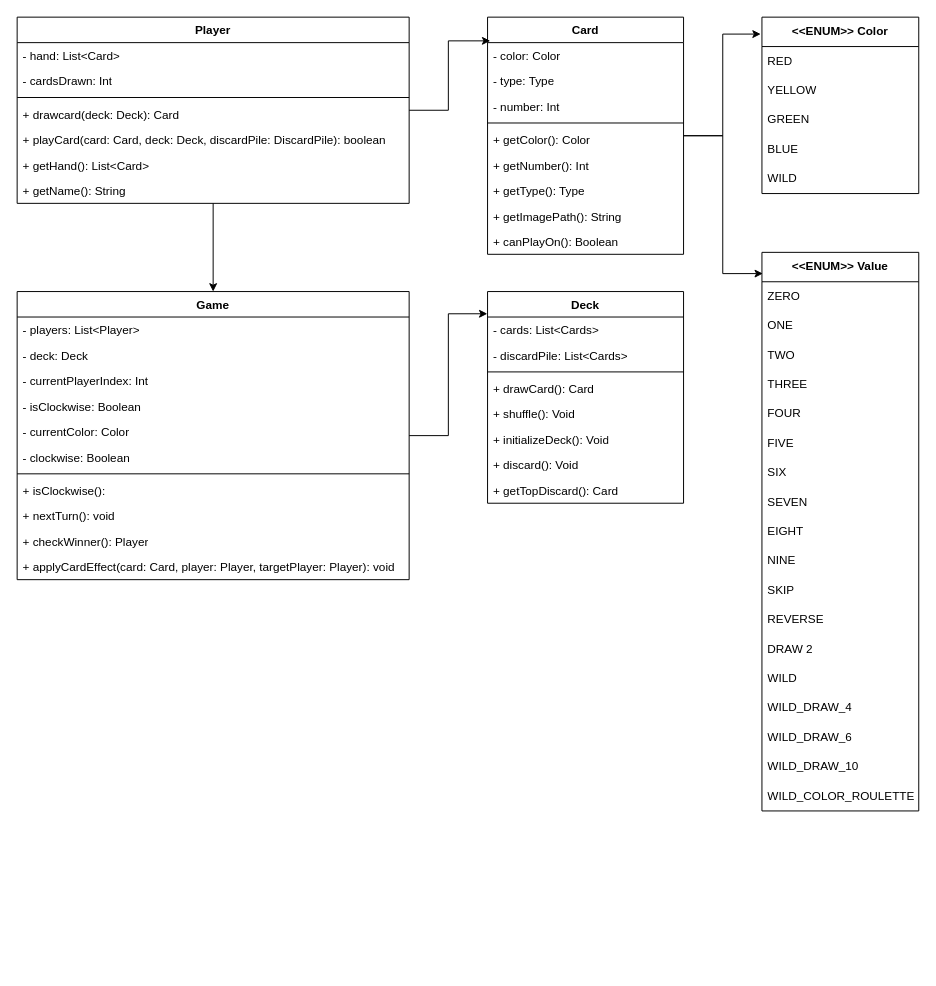
Above: page "Page-1" (1 of 2) of JavaRiceUML.drawio in TLEV6500/CSIT228-F2_Capstone_JavaRice (draw.io), before the change. Source tidied: cells renumbered, new cells numbered last; positions are measured from the earlier drawing's top-left corner, leaving out a move shared by most shapes. Both pictures are drawn from the tidied source at 98%, with x=0, y=0 at pixel (17, 17).
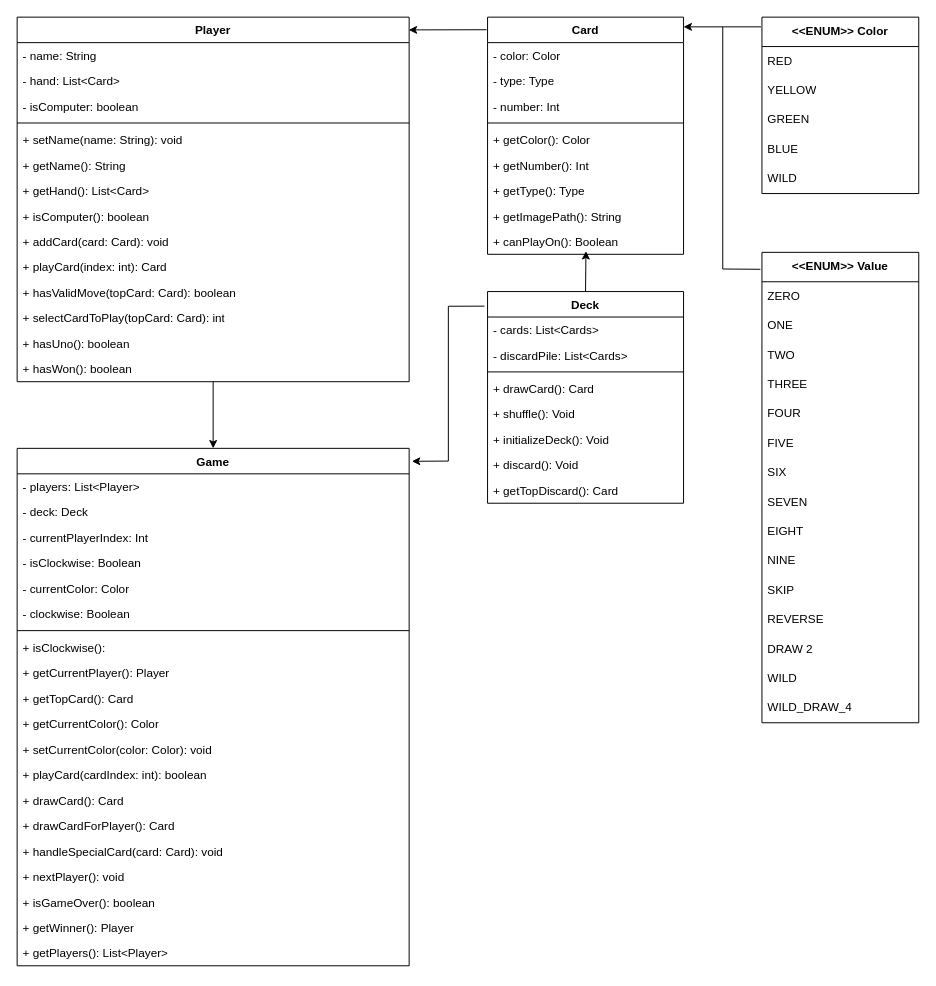
The same diagram, later.

The change refers to these unchanged cells:
```xml
<mxCell id="11" value="Card" style="swimlane;fontStyle=1;align=center;verticalAlign=top;horizontal=1;startSize=26;whiteSpace=wrap;html=1;" parent="1" vertex="1">
  <mxGeometry x="480" width="200" height="242" as="geometry" />
</mxCell>
<mxCell id="20" value="+ canPlayOn(): Boolean" style="text;strokeColor=none;fillColor=none;align=left;verticalAlign=top;spacingLeft=4;spacingRight=4;overflow=hidden;points=[[0,0.5],[1,0.5]];portConstraint=eastwest;whiteSpace=wrap;html=1;" parent="11" vertex="1">
  <mxGeometry y="216" width="200" height="26" as="geometry" />
</mxCell>
<mxCell id="21" value="&lt;span style=&quot;font-weight: 700;&quot;&gt;&amp;lt;&amp;lt;ENUM&amp;gt;&amp;gt; Color&lt;/span&gt;" style="swimlane;fontStyle=0;horizontal=1;startSize=30;whiteSpace=wrap;html=1;" parent="1" vertex="1">
  <mxGeometry x="760" width="160" height="180" as="geometry" />
</mxCell>
<mxCell id="46" value="Deck" style="swimlane;fontStyle=1;align=center;verticalAlign=top;horizontal=1;startSize=26;whiteSpace=wrap;html=1;" parent="1" vertex="1">
  <mxGeometry x="480" y="280" width="200" height="216" as="geometry" />
</mxCell>
```

The edit, as a diff of the source:
```diff
@@
     <mxCell id="3" value="Player" style="swimlane;fontStyle=1;align=center;verticalAlign=top;horizontal=1;startSize=26;whiteSpace=wrap;html=1;" parent="1" vertex="1">
-      <mxGeometry width="400" height="190" as="geometry" />
+      <mxGeometry width="400" height="372" as="geometry" />
     </mxCell>
-    <mxCell id="4" value="- hand: List&amp;lt;Card&amp;gt;" style="text;strokeColor=none;fillColor=none;align=left;verticalAlign=top;spacingLeft=4;spacingRight=4;overflow=hidden;whiteSpace=wrap;html=1;" parent="3" vertex="1">
+    <mxCell id="4" value="- name: String" style="text;strokeColor=none;fillColor=none;align=left;verticalAlign=top;spacingLeft=4;spacingRight=4;overflow=hidden;whiteSpace=wrap;html=1;" parent="3" vertex="1">
       <mxGeometry y="26" width="400" height="26" as="geometry" />
     </mxCell>
-    <mxCell id="5" value="- cardsDrawn: Int" style="text;strokeColor=none;fillColor=none;align=left;verticalAlign=top;spacingLeft=4;spacingRight=4;overflow=hidden;whiteSpace=wrap;html=1;" parent="3" vertex="1">
+    <mxCell id="5" value="- hand: List&amp;lt;Card&amp;gt;" style="text;strokeColor=none;fillColor=none;align=left;verticalAlign=top;spacingLeft=4;spacingRight=4;overflow=hidden;whiteSpace=wrap;html=1;" parent="3" vertex="1">
       <mxGeometry y="52" width="400" height="26" as="geometry" />
     </mxCell>
+    <mxCell id="71" value="- isComputer: boolean" style="text;strokeColor=none;fillColor=none;align=left;verticalAlign=top;spacingLeft=4;spacingRight=4;overflow=hidden;whiteSpace=wrap;html=1;" parent="3" vertex="1">
+      <mxGeometry y="78" width="400" height="26" as="geometry" />
+    </mxCell>
     <mxCell id="6" style="line;strokeWidth=1;fillColor=none;align=left;verticalAlign=middle;spacingTop=-1;spacingLeft=3;spacingRight=3;labelPosition=right;strokeColor=inherit;" parent="3" vertex="1">
-      <mxGeometry y="78" width="400" height="8" as="geometry" />
+      <mxGeometry y="104" width="400" height="8" as="geometry" />
     </mxCell>
-    <mxCell id="7" value="+ drawcard(deck: Deck): Card" style="text;strokeColor=none;fillColor=none;align=left;verticalAlign=top;spacingLeft=4;spacingRight=4;overflow=hidden;whiteSpace=wrap;html=1;" parent="3" vertex="1">
-      <mxGeometry y="86" width="400" height="26" as="geometry" />
+    <mxCell id="7" value="+ setName(name: String): void" style="text;strokeColor=none;fillColor=none;align=left;verticalAlign=top;spacingLeft=4;spacingRight=4;overflow=hidden;whiteSpace=wrap;html=1;" parent="3" vertex="1">
+      <mxGeometry y="112" width="400" height="26" as="geometry" />
     </mxCell>
-    <mxCell id="8" value="+ playCard(card: Card, deck: Deck, discardPile: DiscardPile): boolean" style="text;strokeColor=none;fillColor=none;align=left;verticalAlign=top;spacingLeft=4;spacingRight=4;overflow=hidden;whiteSpace=wrap;html=1;" parent="3" vertex="1">
-      <mxGeometry y="112" width="400" height="26" as="geometry" />
+    <mxCell id="8" value="+ getName(): String" style="text;strokeColor=none;fillColor=none;align=left;verticalAlign=top;spacingLeft=4;spacingRight=4;overflow=hidden;whiteSpace=wrap;html=1;" parent="3" vertex="1">
+      <mxGeometry y="138" width="400" height="26" as="geometry" />
     </mxCell>
     <mxCell id="9" value="+ getHand(): List&amp;lt;Card&amp;gt;" style="text;strokeColor=none;fillColor=none;align=left;verticalAlign=top;spacingLeft=4;spacingRight=4;overflow=hidden;whiteSpace=wrap;html=1;" parent="3" vertex="1">
-      <mxGeometry y="138" width="400" height="26" as="geometry" />
+      <mxGeometry y="164" width="400" height="26" as="geometry" />
     </mxCell>
-    <mxCell id="10" value="+ getName(): String" style="text;strokeColor=none;fillColor=none;align=left;verticalAlign=top;spacingLeft=4;spacingRight=4;overflow=hidden;whiteSpace=wrap;html=1;" parent="3" vertex="1">
-      <mxGeometry y="164" width="400" height="26" as="geometry" />
+    <mxCell id="10" value="+ isComputer(): boolean" style="text;strokeColor=none;fillColor=none;align=left;verticalAlign=top;spacingLeft=4;spacingRight=4;overflow=hidden;whiteSpace=wrap;html=1;" parent="3" vertex="1">
+      <mxGeometry y="190" width="400" height="26" as="geometry" />
     </mxCell>
+    <mxCell id="72" value="+ addCard(card: Card): void" style="text;strokeColor=none;fillColor=none;align=left;verticalAlign=top;spacingLeft=4;spacingRight=4;overflow=hidden;whiteSpace=wrap;html=1;" parent="3" vertex="1">
+      <mxGeometry y="216" width="400" height="26" as="geometry" />
+    </mxCell>
+    <mxCell id="73" value="+ playCard(index: int): Card" style="text;strokeColor=none;fillColor=none;align=left;verticalAlign=top;spacingLeft=4;spacingRight=4;overflow=hidden;whiteSpace=wrap;html=1;" parent="3" vertex="1">
+      <mxGeometry y="242" width="400" height="26" as="geometry" />
+    </mxCell>
+    <mxCell id="74" value="+ hasValidMove(topCard: Card): boolean" style="text;strokeColor=none;fillColor=none;align=left;verticalAlign=top;spacingLeft=4;spacingRight=4;overflow=hidden;whiteSpace=wrap;html=1;" parent="3" vertex="1">
+      <mxGeometry y="268" width="400" height="26" as="geometry" />
+    </mxCell>
+    <mxCell id="75" value="+ selectCardToPlay(topCard: Card): int" style="text;strokeColor=none;fillColor=none;align=left;verticalAlign=top;spacingLeft=4;spacingRight=4;overflow=hidden;whiteSpace=wrap;html=1;" parent="3" vertex="1">
+      <mxGeometry y="294" width="400" height="26" as="geometry" />
+    </mxCell>
+    <mxCell id="76" value="+ hasUno(): boolean" style="text;strokeColor=none;fillColor=none;align=left;verticalAlign=top;spacingLeft=4;spacingRight=4;overflow=hidden;whiteSpace=wrap;html=1;" parent="3" vertex="1">
+      <mxGeometry y="320" width="400" height="26" as="geometry" />
+    </mxCell>
+    <mxCell id="77" value="+ hasWon(): boolean" style="text;strokeColor=none;fillColor=none;align=left;verticalAlign=top;spacingLeft=4;spacingRight=4;overflow=hidden;whiteSpace=wrap;html=1;" parent="3" vertex="1">
+      <mxGeometry y="346" width="400" height="26" as="geometry" />
+    </mxCell>
@@
     <mxCell id="27" value="&lt;span style=&quot;font-weight: 700;&quot;&gt;&amp;lt;&amp;lt;ENUM&amp;gt;&amp;gt; Value&lt;/span&gt;" style="swimlane;fontStyle=0;horizontal=1;startSize=30;whiteSpace=wrap;html=1;" parent="1" vertex="1">
-      <mxGeometry x="760" y="240" width="160" height="570" as="geometry" />
+      <mxGeometry x="760" y="240" width="160" height="480" as="geometry" />
     </mxCell>
@@
-    <mxCell id="43" value="WILD_DRAW_6" style="text;strokeColor=none;fillColor=none;align=left;verticalAlign=middle;spacingLeft=4;spacingRight=4;overflow=hidden;whiteSpace=wrap;html=1;" parent="27" vertex="1">
-      <mxGeometry y="480" width="160" height="30" as="geometry" />
-    </mxCell>
-    <mxCell id="44" value="WILD_DRAW_10" style="text;strokeColor=none;fillColor=none;align=left;verticalAlign=middle;spacingLeft=4;spacingRight=4;overflow=hidden;whiteSpace=wrap;html=1;" parent="27" vertex="1">
-      <mxGeometry y="510" width="160" height="30" as="geometry" />
-    </mxCell>
-    <mxCell id="45" value="WILD_COLOR_ROULETTE" style="text;strokeColor=none;fillColor=none;align=left;verticalAlign=middle;spacingLeft=4;spacingRight=4;overflow=hidden;whiteSpace=wrap;html=1;" parent="27" vertex="1">
-      <mxGeometry y="540" width="160" height="30" as="geometry" />
-    </mxCell>
@@
     <mxCell id="55" value="Game" style="swimlane;fontStyle=1;align=center;verticalAlign=top;horizontal=1;startSize=26;whiteSpace=wrap;html=1;" parent="1" vertex="1">
-      <mxGeometry y="280" width="400" height="294" as="geometry" />
+      <mxGeometry y="440" width="400" height="528" as="geometry" />
     </mxCell>
@@
-    <mxCell id="64" value="+ nextTurn(): void" style="text;strokeColor=none;fillColor=none;align=left;verticalAlign=top;spacingLeft=4;spacingRight=4;overflow=hidden;whiteSpace=wrap;html=1;" parent="55" vertex="1">
+    <mxCell id="64" value="+ getCurrentPlayer(): Player" style="text;strokeColor=none;fillColor=none;align=left;verticalAlign=top;spacingLeft=4;spacingRight=4;overflow=hidden;whiteSpace=wrap;html=1;" parent="55" vertex="1">
       <mxGeometry y="216" width="400" height="26" as="geometry" />
     </mxCell>
-    <mxCell id="65" value="+ checkWinner(): Player" style="text;strokeColor=none;fillColor=none;align=left;verticalAlign=top;spacingLeft=4;spacingRight=4;overflow=hidden;whiteSpace=wrap;html=1;" parent="55" vertex="1">
+    <mxCell id="65" value="+&amp;nbsp;getTopCard(): Card" style="text;strokeColor=none;fillColor=none;align=left;verticalAlign=top;spacingLeft=4;spacingRight=4;overflow=hidden;whiteSpace=wrap;html=1;" parent="55" vertex="1">
       <mxGeometry y="242" width="400" height="26" as="geometry" />
     </mxCell>
-    <mxCell id="66" value="+ applyCardEffect(card: Card, player:&amp;nbsp;Player, targetPlayer: Player): void" style="text;strokeColor=none;fillColor=none;align=left;verticalAlign=top;spacingLeft=4;spacingRight=4;overflow=hidden;whiteSpace=wrap;html=1;" parent="55" vertex="1">
+    <mxCell id="66" value="+&amp;nbsp;getCurrentColor(): Color" style="text;strokeColor=none;fillColor=none;align=left;verticalAlign=top;spacingLeft=4;spacingRight=4;overflow=hidden;whiteSpace=wrap;html=1;" parent="55" vertex="1">
       <mxGeometry y="268" width="400" height="26" as="geometry" />
     </mxCell>
-    <mxCell id="67" style="edgeStyle=orthogonalEdgeStyle;rounded=0;jettySize=auto;html=1;entryX=0.014;entryY=0.1;entryDx=0;entryDy=0;entryPerimeter=0;" parent="1" edge="1" source="3" target="11">
-      <mxGeometry relative="1" as="geometry" />
-    </mxCell>
-    <mxCell id="68" style="edgeStyle=orthogonalEdgeStyle;rounded=0;jettySize=auto;html=1;entryX=-0.008;entryY=0.096;entryDx=0;entryDy=0;entryPerimeter=0;" parent="1" edge="1" source="11" target="21">
-      <mxGeometry relative="1" as="geometry" />
-    </mxCell>
-    <mxCell id="69" style="edgeStyle=orthogonalEdgeStyle;rounded=0;jettySize=auto;html=1;entryX=0.006;entryY=0.038;entryDx=0;entryDy=0;entryPerimeter=0;" parent="1" edge="1" source="11" target="27">
-      <mxGeometry relative="1" as="geometry" />
-    </mxCell>
-    <mxCell id="70" style="edgeStyle=orthogonalEdgeStyle;rounded=0;jettySize=auto;html=1;entryX=-0.001;entryY=0.105;entryDx=0;entryDy=0;entryPerimeter=0;" parent="1" edge="1" source="55" target="46">
-      <mxGeometry relative="1" as="geometry" />
-    </mxCell>
+    <mxCell id="78" value="+ setCurrentColor(color: Color): void" style="text;strokeColor=none;fillColor=none;align=left;verticalAlign=top;spacingLeft=4;spacingRight=4;overflow=hidden;whiteSpace=wrap;html=1;" parent="55" vertex="1">
+      <mxGeometry y="294" width="400" height="26" as="geometry" />
+    </mxCell>
+    <mxCell id="79" value="+&amp;nbsp;playCard(cardIndex: int): boolean" style="text;strokeColor=none;fillColor=none;align=left;verticalAlign=top;spacingLeft=4;spacingRight=4;overflow=hidden;whiteSpace=wrap;html=1;" parent="55" vertex="1">
+      <mxGeometry y="320" width="400" height="26" as="geometry" />
+    </mxCell>
+    <mxCell id="80" value="+&amp;nbsp;drawCard(): Card" style="text;strokeColor=none;fillColor=none;align=left;verticalAlign=top;spacingLeft=4;spacingRight=4;overflow=hidden;whiteSpace=wrap;html=1;" parent="55" vertex="1">
+      <mxGeometry y="346" width="400" height="26" as="geometry" />
+    </mxCell>
+    <mxCell id="81" value="+&amp;nbsp;drawCardForPlayer(): Card" style="text;strokeColor=none;fillColor=none;align=left;verticalAlign=top;spacingLeft=4;spacingRight=4;overflow=hidden;whiteSpace=wrap;html=1;" parent="55" vertex="1">
+      <mxGeometry y="372" width="400" height="26" as="geometry" />
+    </mxCell>
+    <mxCell id="82" value="+&amp;nbsp;handleSpecialCard(card: Card): void" style="text;strokeColor=none;fillColor=none;align=left;verticalAlign=top;spacingLeft=4;spacingRight=4;overflow=hidden;whiteSpace=wrap;html=1;" parent="55" vertex="1">
+      <mxGeometry y="398" width="400" height="26" as="geometry" />
+    </mxCell>
+    <mxCell id="83" value="+&amp;nbsp;nextPlayer(): void" style="text;strokeColor=none;fillColor=none;align=left;verticalAlign=top;spacingLeft=4;spacingRight=4;overflow=hidden;whiteSpace=wrap;html=1;" parent="55" vertex="1">
+      <mxGeometry y="424" width="400" height="26" as="geometry" />
+    </mxCell>
+    <mxCell id="84" value="+&amp;nbsp;isGameOver(): boolean" style="text;strokeColor=none;fillColor=none;align=left;verticalAlign=top;spacingLeft=4;spacingRight=4;overflow=hidden;whiteSpace=wrap;html=1;" parent="55" vertex="1">
+      <mxGeometry y="450" width="400" height="26" as="geometry" />
+    </mxCell>
+    <mxCell id="85" value="+&amp;nbsp;getWinner(): Player" style="text;strokeColor=none;fillColor=none;align=left;verticalAlign=top;spacingLeft=4;spacingRight=4;overflow=hidden;whiteSpace=wrap;html=1;" parent="55" vertex="1">
+      <mxGeometry y="476" width="400" height="26" as="geometry" />
+    </mxCell>
+    <mxCell id="86" value="+&amp;nbsp;getPlayers(): List&amp;lt;Player&amp;gt;" style="text;strokeColor=none;fillColor=none;align=left;verticalAlign=top;spacingLeft=4;spacingRight=4;overflow=hidden;whiteSpace=wrap;html=1;" parent="55" vertex="1">
+      <mxGeometry y="502" width="400" height="26" as="geometry" />
+    </mxCell>
+    <mxCell id="87" style="endArrow=classic;html=1;rounded=0;entryX=0.502;entryY=0.876;entryDx=0;entryDy=0;entryPerimeter=0;exitX=0.5;exitY=0;exitDx=0;exitDy=0;" parent="1" edge="1" source="46" target="20">
+      <mxGeometry relative="1" as="geometry" />
+    </mxCell>
+    <mxCell id="88" style="endArrow=classic;html=1;rounded=0;exitX=-0.016;exitY=0.069;exitDx=0;exitDy=0;exitPerimeter=0;entryX=1.007;entryY=0.025;entryDx=0;entryDy=0;entryPerimeter=0;" parent="1" edge="1" source="46" target="55">
+      <mxGeometry relative="1" as="geometry">
+        <Array as="points">
+          <mxPoint x="440" y="295" />
+          <mxPoint x="440" y="453" />
+        </Array>
+      </mxGeometry>
+    </mxCell>
+    <mxCell id="89" style="endArrow=classic;html=1;rounded=0;entryX=1;entryY=0.041;entryDx=0;entryDy=0;entryPerimeter=0;exitX=-0.006;exitY=0.055;exitDx=0;exitDy=0;exitPerimeter=0;" parent="1" edge="1" source="21" target="11">
+      <mxGeometry relative="1" as="geometry" />
+    </mxCell>
+    <mxCell id="90" style="endArrow=none;html=1;rounded=0;exitX=-0.01;exitY=0.036;exitDx=0;exitDy=0;exitPerimeter=0;" parent="1" edge="1" source="27">
+      <mxGeometry relative="1" as="geometry">
+        <mxPoint x="720" y="10" as="targetPoint" />
+        <Array as="points">
+          <mxPoint x="720" y="257" />
+        </Array>
+      </mxGeometry>
+    </mxCell>
+    <mxCell id="91" style="endArrow=classic;html=1;rounded=0;entryX=0.999;entryY=0.035;entryDx=0;entryDy=0;entryPerimeter=0;exitX=-0.005;exitY=0.053;exitDx=0;exitDy=0;exitPerimeter=0;" parent="1" edge="1" source="11" target="3">
+      <mxGeometry relative="1" as="geometry" />
+    </mxCell>
```
